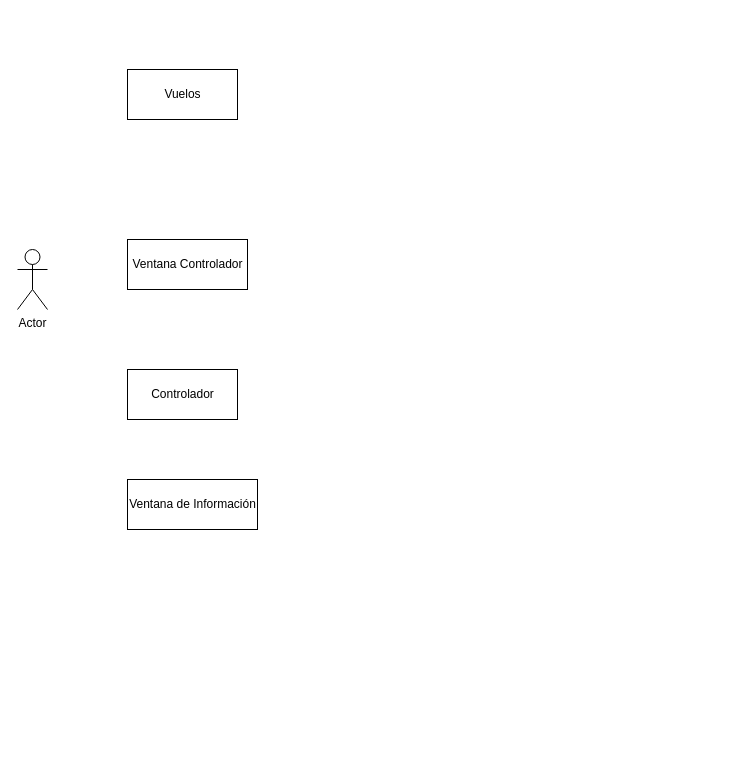
Above: Diagrama proyecto 2.drawio in CarlosArango33/Proyecto2_POO (draw.io), before the change. Source tidied: cells renumbered, new cells numbered last; positions are measured from the earlier drawing's top-left corner, leaving out a move shared by most shapes. Both pictures are drawn from the tidied source at 100%, with x=0, y=0 at pixel (17, 69).
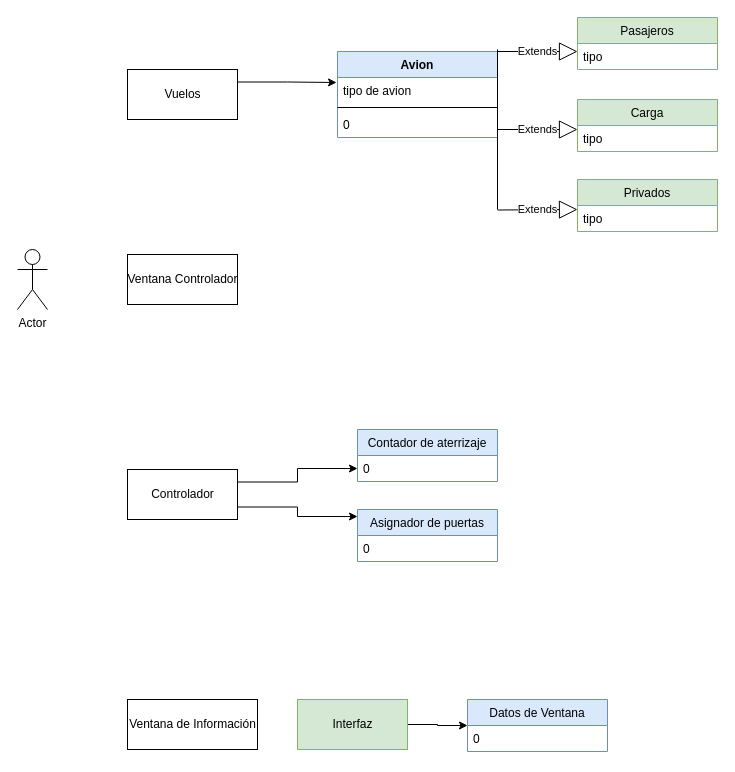
The same diagram, later.

Unchanged cells that the change refers to:
```xml
<mxCell id="3" value="Vuelos" style="html=1;" parent="1" vertex="1">
  <mxGeometry x="110" width="110" height="50" as="geometry" />
</mxCell>
```

Change to the diagram source:
```diff
@@
+    <mxCell id="7" style="edgeStyle=orthogonalEdgeStyle;rounded=0;jettySize=auto;html=1;exitX=1;exitY=0.25;exitDx=0;exitDy=0;entryX=-0.006;entryY=0.192;entryDx=0;entryDy=0;entryPerimeter=0;" parent="1" edge="1" source="3" target="11">
+      <mxGeometry relative="1" as="geometry" />
+    </mxCell>
@@
     <mxCell id="4" value="Ventana Controlador" style="html=1;" parent="1" vertex="1">
-      <mxGeometry x="110" y="170" width="120" height="50" as="geometry" />
+      <mxGeometry x="110" y="185" width="110" height="50" as="geometry" />
     </mxCell>
+    <mxCell id="8" style="edgeStyle=orthogonalEdgeStyle;rounded=0;jettySize=auto;html=1;exitX=1;exitY=0.25;exitDx=0;exitDy=0;entryX=0;entryY=0.5;entryDx=0;entryDy=0;" parent="1" edge="1" source="5" target="25">
+      <mxGeometry relative="1" as="geometry" />
+    </mxCell>
+    <mxCell id="9" style="edgeStyle=orthogonalEdgeStyle;rounded=0;jettySize=auto;html=1;exitX=1;exitY=0.75;exitDx=0;exitDy=0;entryX=0;entryY=0.135;entryDx=0;entryDy=0;entryPerimeter=0;" parent="1" edge="1" source="5" target="26">
+      <mxGeometry relative="1" as="geometry" />
+    </mxCell>
     <mxCell id="5" value="Controlador" style="html=1;" parent="1" vertex="1">
-      <mxGeometry x="110" y="300" width="110" height="50" as="geometry" />
+      <mxGeometry x="110" y="400" width="110" height="50" as="geometry" />
     </mxCell>
     <mxCell id="6" value="Ventana de Información" style="html=1;" parent="1" vertex="1">
-      <mxGeometry x="110" y="410" width="130" height="50" as="geometry" />
+      <mxGeometry x="110" y="630" width="130" height="50" as="geometry" />
     </mxCell>
+    <mxCell id="10" value="Avion" style="swimlane;fontStyle=1;align=center;verticalAlign=top;horizontal=1;startSize=26;fillColor=#dae8fc;strokeColor=#6c8ebf;" parent="1" vertex="1">
+      <mxGeometry x="320" y="-18" width="160" height="86" as="geometry" />
+    </mxCell>
+    <mxCell id="11" value="tipo de avion" style="text;strokeColor=none;fillColor=none;align=left;verticalAlign=top;spacingLeft=4;spacingRight=4;overflow=hidden;points=[[0,0.5],[1,0.5]];portConstraint=eastwest;" parent="10" vertex="1">
+      <mxGeometry y="26" width="160" height="26" as="geometry" />
+    </mxCell>
+    <mxCell id="12" style="line;strokeWidth=1;fillColor=none;align=left;verticalAlign=middle;spacingTop=-1;spacingLeft=3;spacingRight=3;labelPosition=right;" parent="10" vertex="1">
+      <mxGeometry y="52" width="160" height="8" as="geometry" />
+    </mxCell>
+    <mxCell id="13" value="0" style="text;strokeColor=none;fillColor=none;align=left;verticalAlign=top;spacingLeft=4;spacingRight=4;overflow=hidden;" parent="10" vertex="1">
+      <mxGeometry y="60" width="160" height="26" as="geometry" />
+    </mxCell>
+    <mxCell id="14" value="Carga" style="swimlane;fontStyle=0;horizontal=1;startSize=26;fillColor=#d5e8d4;strokeColor=#82b366;" parent="1" vertex="1">
+      <mxGeometry x="560" y="30" width="140" height="52" as="geometry" />
+    </mxCell>
+    <mxCell id="15" value="tipo" style="text;strokeColor=none;fillColor=none;align=left;verticalAlign=top;spacingLeft=4;spacingRight=4;overflow=hidden;" parent="14" vertex="1">
+      <mxGeometry y="26" width="140" height="26" as="geometry" />
+    </mxCell>
+    <mxCell id="16" value="Pasajeros" style="swimlane;fontStyle=0;horizontal=1;startSize=26;fillColor=#d5e8d4;strokeColor=#82b366;" parent="1" vertex="1">
+      <mxGeometry x="560" y="-52" width="140" height="52" as="geometry" />
+    </mxCell>
+    <mxCell id="17" value="tipo" style="text;strokeColor=none;fillColor=none;align=left;verticalAlign=top;spacingLeft=4;spacingRight=4;overflow=hidden;" parent="16" vertex="1">
+      <mxGeometry y="26" width="140" height="26" as="geometry" />
+    </mxCell>
+    <mxCell id="18" value="Privados" style="swimlane;fontStyle=0;horizontal=1;startSize=26;fillColor=#d5e8d4;strokeColor=#82b366;" parent="1" vertex="1">
+      <mxGeometry x="560" y="110" width="140" height="52" as="geometry" />
+    </mxCell>
+    <mxCell id="19" value="tipo" style="text;strokeColor=none;fillColor=none;align=left;verticalAlign=top;spacingLeft=4;spacingRight=4;overflow=hidden;" parent="18" vertex="1">
+      <mxGeometry y="26" width="140" height="26" as="geometry" />
+    </mxCell>
+    <mxCell id="20" value="Extends" style="endArrow=block;endSize=16;endFill=0;html=1;exitX=1;exitY=0;exitDx=0;exitDy=0;" parent="1" edge="1" source="10">
+      <mxGeometry relative="1" as="geometry">
+        <mxPoint x="560" y="-18" as="targetPoint" />
+        <Array as="points">
+          <mxPoint x="534" y="-18" />
+        </Array>
+      </mxGeometry>
+    </mxCell>
+    <mxCell id="21" value="Extends" style="endArrow=block;endSize=16;endFill=0;html=1;" parent="1" edge="1">
+      <mxGeometry relative="1" as="geometry">
+        <mxPoint x="480" y="140.5" as="sourcePoint" />
+        <mxPoint x="560" y="140" as="targetPoint" />
+      </mxGeometry>
+    </mxCell>
+    <mxCell id="22" value="Extends" style="endArrow=block;endSize=16;endFill=0;html=1;" parent="1" edge="1">
+      <mxGeometry relative="1" as="geometry">
+        <mxPoint x="480" y="60" as="sourcePoint" />
+        <mxPoint x="560" y="60" as="targetPoint" />
+      </mxGeometry>
+    </mxCell>
+    <mxCell id="23" style="endArrow=none;html=1;" parent="1" edge="1">
+      <mxGeometry relative="1" as="geometry">
+        <mxPoint x="480" y="-20" as="sourcePoint" />
+        <mxPoint x="480" y="140" as="targetPoint" />
+      </mxGeometry>
+    </mxCell>
+    <mxCell id="24" value="Contador de aterrizaje" style="swimlane;fontStyle=0;horizontal=1;startSize=26;fillColor=#dae8fc;strokeColor=#6c8ebf;" parent="1" vertex="1">
+      <mxGeometry x="340" y="360" width="140" height="52" as="geometry" />
+    </mxCell>
+    <mxCell id="25" value="0" style="text;strokeColor=none;fillColor=none;align=left;verticalAlign=top;spacingLeft=4;spacingRight=4;overflow=hidden;points=[[0,0.5],[1,0.5]];portConstraint=eastwest;" parent="24" vertex="1">
+      <mxGeometry y="26" width="140" height="26" as="geometry" />
+    </mxCell>
+    <mxCell id="26" value="Asignador de puertas" style="swimlane;fontStyle=0;horizontal=1;startSize=26;fillColor=#dae8fc;strokeColor=#6c8ebf;" parent="1" vertex="1">
+      <mxGeometry x="340" y="440" width="140" height="52" as="geometry" />
+    </mxCell>
+    <mxCell id="27" value="0" style="text;strokeColor=none;fillColor=none;align=left;verticalAlign=top;spacingLeft=4;spacingRight=4;overflow=hidden;" parent="26" vertex="1">
+      <mxGeometry y="26" width="140" height="26" as="geometry" />
+    </mxCell>
+    <mxCell id="28" style="edgeStyle=orthogonalEdgeStyle;rounded=0;jettySize=auto;html=1;exitX=1;exitY=0.5;exitDx=0;exitDy=0;entryX=0;entryY=0.5;entryDx=0;entryDy=0;" parent="1" edge="1" source="29" target="30">
+      <mxGeometry relative="1" as="geometry" />
+    </mxCell>
+    <mxCell id="29" value="Interfaz" style="html=1;fillColor=#d5e8d4;strokeColor=#82b366;" parent="1" vertex="1">
+      <mxGeometry x="280" y="630" width="110" height="50" as="geometry" />
+    </mxCell>
+    <mxCell id="30" value="Datos de Ventana" style="swimlane;fontStyle=0;horizontal=1;startSize=26;fillColor=#dae8fc;strokeColor=#6c8ebf;" parent="1" vertex="1">
+      <mxGeometry x="450" y="630" width="140" height="52" as="geometry" />
+    </mxCell>
+    <mxCell id="31" value="0" style="text;strokeColor=none;fillColor=none;align=left;verticalAlign=top;spacingLeft=4;spacingRight=4;overflow=hidden;" parent="30" vertex="1">
+      <mxGeometry y="26" width="140" height="26" as="geometry" />
+    </mxCell>
```
